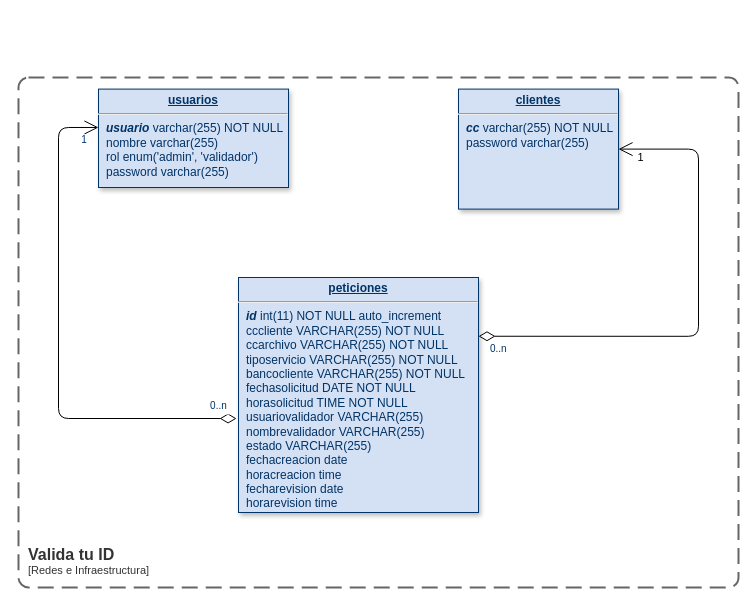
Before: page "BaseDatos" (3 of 6) of Doc/Diagramas.drawio in Jakcobo/ValidaTuID, a draw.io diagram. Source tidied: cells renumbered, new cells numbered last; positions are measured from the earlier drawing's top-left corner, leaving out a move shared by most shapes. Both pictures are drawn from the tidied source at 100%, with x=0, y=0 at pixel (18, 77).
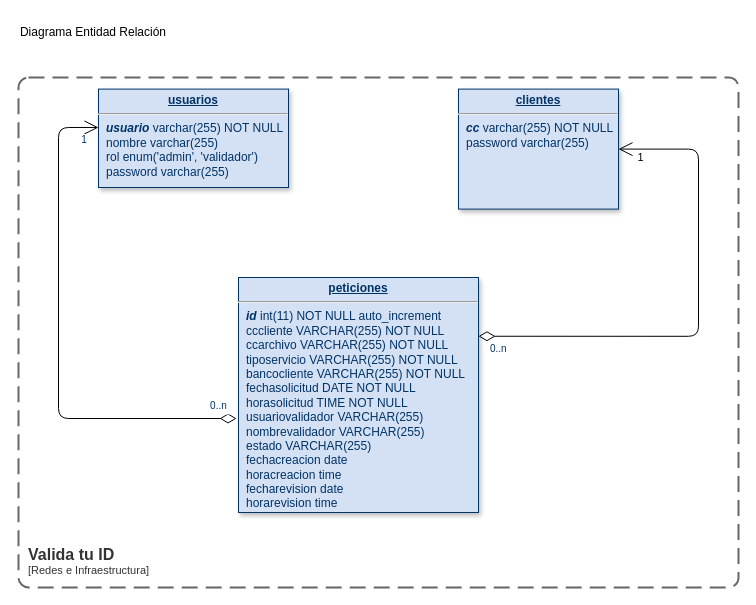
After the change.

Change to the diagram source:
```diff
@@
 <mxGraphModel>
   <root>
     <mxCell id="0" />
     <mxCell id="1" parent="0" />
     <mxCell id="2" value="&lt;p style=&quot;margin: 4px 0px 0px; text-align: center;&quot;&gt;&lt;b&gt;&lt;u&gt;clientes&lt;/u&gt;&lt;/b&gt;&lt;/p&gt;&lt;hr&gt;&lt;p style=&quot;margin: 0px; margin-left: 8px;&quot;&gt;&lt;b&gt;&lt;i&gt;cc&lt;/i&gt;&lt;/b&gt; varchar(255) NOT NULL&lt;/p&gt;&lt;p style=&quot;margin: 0px; margin-left: 8px;&quot;&gt;password varchar(255)&lt;/p&gt;" style="verticalAlign=top;align=left;overflow=fill;fontSize=12;fontFamily=Helvetica;html=1;strokeColor=#003366;shadow=1;fillColor=#D4E1F5;fontColor=#003366;" parent="1" vertex="1">
       <mxGeometry x="440" y="11.6" width="160" height="120" as="geometry" />
     </mxCell>
     <mxCell id="3" value="&lt;p style=&quot;margin: 4px 0px 0px; text-align: center;&quot;&gt;&lt;b&gt;&lt;u&gt;peticiones&lt;/u&gt;&lt;/b&gt;&lt;/p&gt;&lt;hr&gt;&lt;p style=&quot;margin: 0px; margin-left: 8px;&quot;&gt;&lt;b&gt;&lt;i&gt;id &lt;/i&gt;&lt;/b&gt;int(11) NOT NULL auto_increment&lt;/p&gt;&lt;p style=&quot;margin: 0px; margin-left: 8px;&quot;&gt;cccliente VARCHAR(255) NOT NULL&lt;/p&gt;&lt;p style=&quot;margin: 0px; margin-left: 8px;&quot;&gt;ccarchivo VARCHAR(255) NOT NULL&lt;/p&gt;&lt;p style=&quot;margin: 0px; margin-left: 8px;&quot;&gt;tiposervicio VARCHAR(255) NOT NULL&lt;/p&gt;&lt;p style=&quot;margin: 0px; margin-left: 8px;&quot;&gt;bancocliente VARCHAR(255) NOT NULL&lt;/p&gt;&lt;p style=&quot;margin: 0px; margin-left: 8px;&quot;&gt;fechasolicitud DATE NOT NULL&lt;/p&gt;&lt;p style=&quot;margin: 0px; margin-left: 8px;&quot;&gt;horasolicitud TIME NOT NULL&lt;/p&gt;&lt;p style=&quot;margin: 0px; margin-left: 8px;&quot;&gt;usuariovalidador VARCHAR(255)&lt;/p&gt;&lt;p style=&quot;margin: 0px; margin-left: 8px;&quot;&gt;nombrevalidador VARCHAR(255)&lt;/p&gt;&lt;p style=&quot;margin: 0px; margin-left: 8px;&quot;&gt;estado VARCHAR(255)&lt;/p&gt;&lt;p style=&quot;margin: 0px; margin-left: 8px;&quot;&gt;fechacreacion date&lt;/p&gt;&lt;p style=&quot;margin: 0px; margin-left: 8px;&quot;&gt;horacreacion time&amp;nbsp;&lt;/p&gt;&lt;p style=&quot;margin: 0px; margin-left: 8px;&quot;&gt;fecharevision date&lt;/p&gt;&lt;p style=&quot;margin: 0px; margin-left: 8px;&quot;&gt;horarevision time&lt;/p&gt;" style="verticalAlign=top;align=left;overflow=fill;fontSize=12;fontFamily=Helvetica;html=1;strokeColor=#003366;shadow=1;fillColor=#D4E1F5;fontColor=#003366;" parent="1" vertex="1">
       <mxGeometry x="220" y="200" width="240" height="235" as="geometry" />
     </mxCell>
     <mxCell id="4" value="&lt;p style=&quot;margin: 4px 0px 0px; text-align: center;&quot;&gt;&lt;b&gt;&lt;u&gt;usuarios&lt;/u&gt;&lt;/b&gt;&lt;/p&gt;&lt;hr&gt;&lt;p style=&quot;margin: 0px; margin-left: 8px;&quot;&gt;&lt;b&gt;&lt;i&gt;usuario&lt;/i&gt;&lt;/b&gt; varchar(255) NOT NULL&lt;/p&gt;&lt;p style=&quot;margin: 0px; margin-left: 8px;&quot;&gt;nombre varchar(255)&lt;/p&gt;&lt;p style=&quot;margin: 0px; margin-left: 8px;&quot;&gt;rol enum('admin', 'validador')&lt;/p&gt;&lt;p style=&quot;margin: 0px; margin-left: 8px;&quot;&gt;password varchar(255)&lt;/p&gt;&lt;p style=&quot;margin: 0px; margin-left: 8px;&quot;&gt;&lt;br&gt;&lt;/p&gt;" style="verticalAlign=top;align=left;overflow=fill;fontSize=12;fontFamily=Helvetica;html=1;strokeColor=#003366;shadow=1;fillColor=#D4E1F5;fontColor=#003366;" parent="1" vertex="1">
       <mxGeometry x="80" y="11.6" width="190" height="98.4" as="geometry" />
     </mxCell>
     <mxCell id="5" style="endArrow=open;endSize=12;startArrow=diamondThin;startSize=14;startFill=0;edgeStyle=orthogonalEdgeStyle;exitX=1;exitY=0.25;exitDx=0;exitDy=0;entryX=1;entryY=0.5;entryDx=0;entryDy=0;" parent="1" edge="1" source="3" target="2">
       <mxGeometry y="160" as="geometry">
         <Array as="points">
           <mxPoint x="680" y="259" />
           <mxPoint x="680" y="72" />
         </Array>
       </mxGeometry>
     </mxCell>
     <mxCell id="6" value="0..n" style="align=left;verticalAlign=top;labelBackgroundColor=#ffffff;fontSize=10;strokeColor=#003366;shadow=1;fillColor=#D4E1F5;fontColor=#003366;" parent="5" vertex="1">
       <mxGeometry x="-1" relative="1" as="geometry">
         <mxPoint x="10" as="offset" />
       </mxGeometry>
     </mxCell>
     <mxCell id="7" value="1" style="edgeLabel;html=1;align=center;verticalAlign=middle;" parent="5" vertex="1">
       <mxGeometry relative="1" as="geometry">
         <mxPoint x="-59" y="-155" as="offset" />
       </mxGeometry>
     </mxCell>
     <mxCell id="8" style="endArrow=open;endSize=12;startArrow=diamondThin;startSize=14;startFill=0;edgeStyle=orthogonalEdgeStyle;entryX=0;entryY=0.39;entryDx=0;entryDy=0;exitX=-0.008;exitY=0.6;exitDx=0;exitDy=0;entryPerimeter=0;exitPerimeter=0;" parent="1" edge="1" source="3" target="4">
       <mxGeometry x="620" y="340" as="geometry">
         <Array as="points">
           <mxPoint x="40" y="341" />
           <mxPoint x="40" y="50" />
         </Array>
       </mxGeometry>
     </mxCell>
     <mxCell id="9" value="0..n" style="align=left;verticalAlign=top;labelBackgroundColor=#ffffff;fontSize=10;strokeColor=#003366;shadow=1;fillColor=#D4E1F5;fontColor=#003366;" parent="8" vertex="1">
       <mxGeometry x="-1" relative="1" as="geometry">
         <mxPoint x="-28" y="-25" as="offset" />
       </mxGeometry>
     </mxCell>
     <mxCell id="10" value="1" style="align=right;verticalAlign=top;labelBackgroundColor=#ffffff;fontSize=10;strokeColor=#003366;shadow=1;fillColor=#D4E1F5;fontColor=#003366;" parent="8" vertex="1">
       <mxGeometry x="1" relative="1" as="geometry">
         <mxPoint x="-10" as="offset" />
       </mxGeometry>
     </mxCell>
     <object id="11" label="&lt;font style=&quot;font-size: 16px&quot;&gt;&lt;b&gt;&lt;div style=&quot;text-align: left&quot;&gt;%c4Name%&lt;/div&gt;&lt;/b&gt;&lt;/font&gt;&lt;div style=&quot;text-align: left&quot;&gt;[%c4Application%]&lt;/div&gt;" c4Application="Redes e Infraestructura" c4Name="Valida tu ID" placeholders="1">
       <mxCell style="rounded=1;fontSize=11;whiteSpace=wrap;html=1;dashed=1;arcSize=20;fillColor=none;strokeColor=#666666;fontColor=#333333;labelBackgroundColor=none;align=left;verticalAlign=bottom;labelBorderColor=none;spacingTop=0;spacing=10;dashPattern=8 4;perimeter=rectanglePerimeter;noLabel=0;labelPadding=0;absoluteArcSize=1;strokeWidth=2;" parent="1" vertex="1">
         <mxGeometry width="720" height="510" as="geometry" />
       </mxCell>
     </object>
+    <mxCell id="12" value="Diagrama Entidad Relación" style="text;html=1;align=center;verticalAlign=middle;whiteSpace=wrap;rounded=0;" parent="1" vertex="1">
+      <mxGeometry y="-60" width="150" height="30" as="geometry" />
+    </mxCell>
   </root>
 </mxGraphModel>
```
